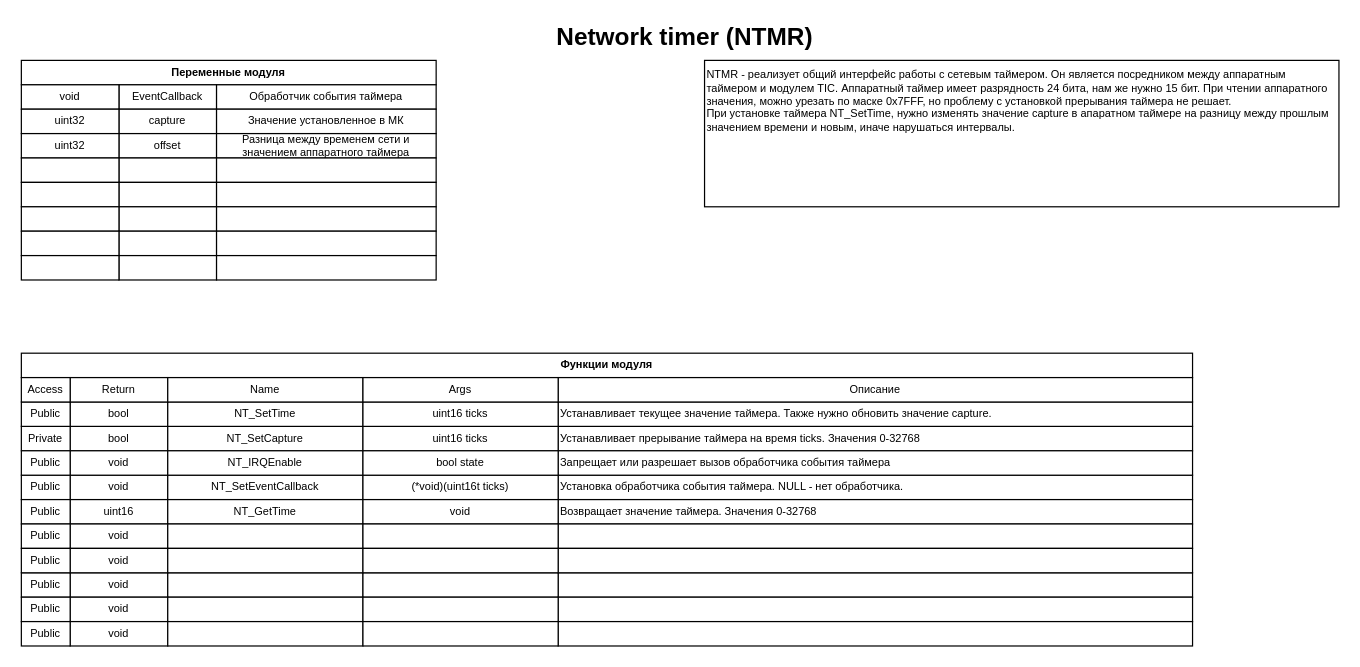
Above: page "NTMR" (2 of 11) of documentation/programm modules/modulse struct.drawio in saurex83/WMNU (draw.io), before the change. Source tidied: cells renumbered, new cells numbered last; positions are measured from the earlier drawing's top-left corner, leaving out a move shared by most shapes. Both pictures are drawn from the tidied source at 122%, with x=0, y=0 at pixel (21, 23).
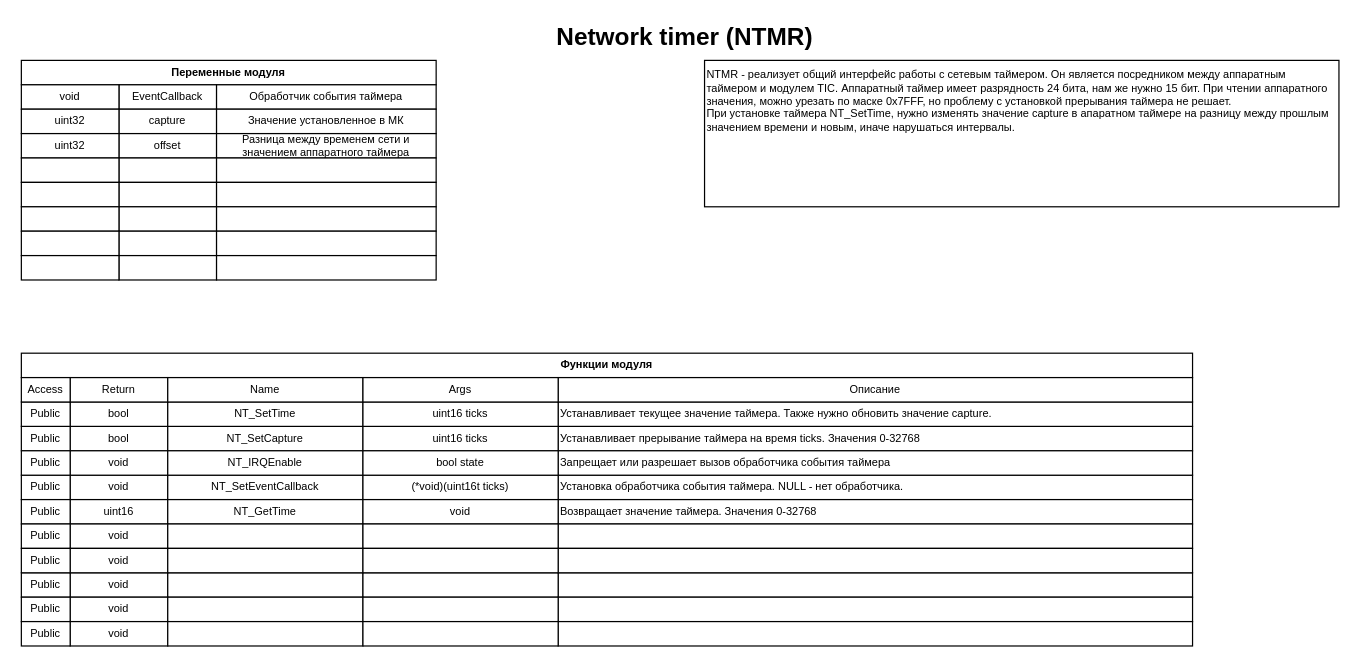
After the change.

Unchanged cells that the change refers to:
```xml
<mxCell id="4" style="group;" parent="1" vertex="1">
  <mxGeometry y="330" width="960" height="20" as="geometry" />
</mxCell>
```

What changed in the source:
```diff
@@
-    <mxCell id="9" value="Private" style="rounded=0;whiteSpace=wrap;html=1;fontSize=9;" parent="4" vertex="1">
+    <mxCell id="9" value="Public" style="rounded=0;whiteSpace=wrap;html=1;fontSize=9;" parent="4" vertex="1">
       <mxGeometry width="40" height="20" as="geometry" />
     </mxCell>
```
